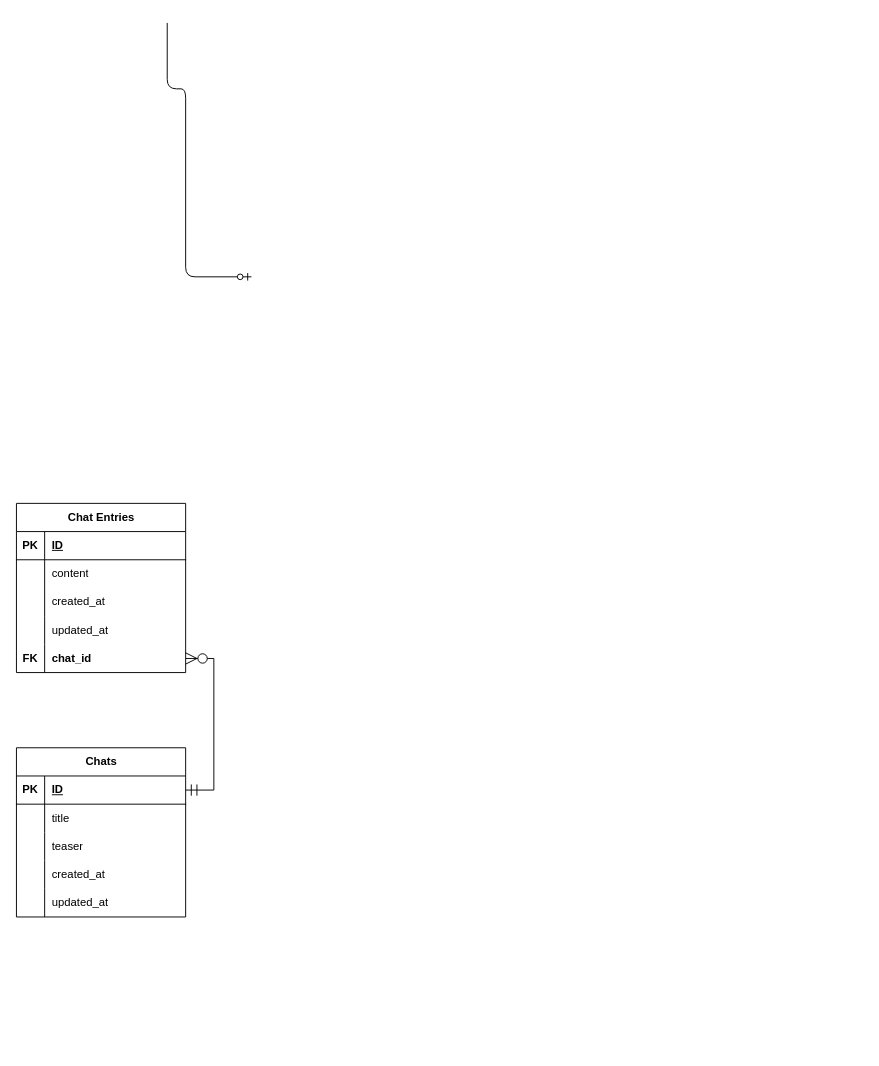
Above: docs/database.drawio in sergeyklay/promptly (draw.io), before the change. Source tidied: cells renumbered, new cells numbered last; positions are measured from the earlier drawing's top-left corner, leaving out a move shared by most shapes. Both pictures are drawn from the tidied source at 94%, with x=0, y=0 at pixel (16, 23).
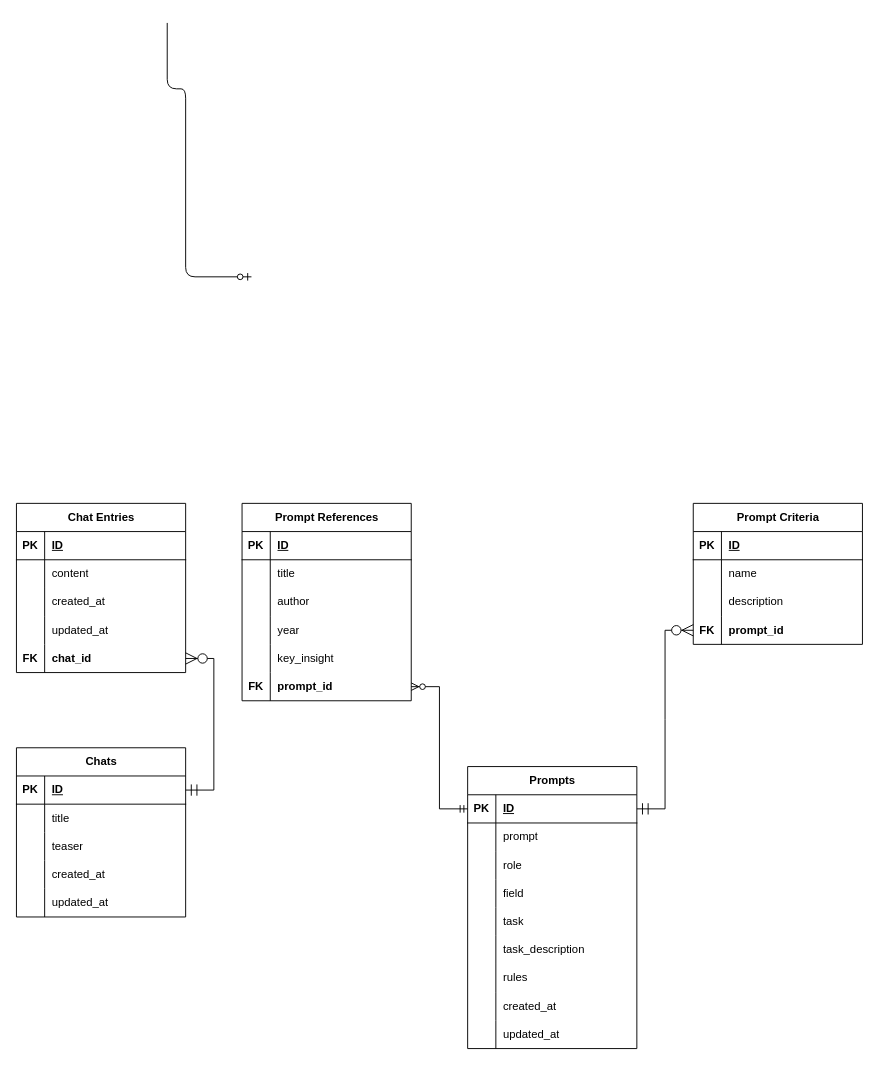
The same diagram, later.

Commit message (it also covers changes not shown here):
feat: provide base prompt models

The edit, as a diff of the source:
```diff
@@
+    <mxCell id="36" value="Prompts" style="shape=table;startSize=30;childLayout=tableLayout;rowLines=0;fontStyle=1;align=center;html=1;fillColor=none;" parent="1" vertex="1">
+      <mxGeometry x="480" y="791" width="180" height="300" as="geometry" />
+    </mxCell>
+    <mxCell id="37" style="shape=tableRow;horizontal=0;startSize=0;swimlaneHead=0;swimlaneBody=0;fillColor=none;points=[[0,0.5],[1,0.5]];portConstraint=eastwest;top=0;left=0;right=0;bottom=1;" parent="36" vertex="1">
+      <mxGeometry y="30" width="180" height="30" as="geometry" />
+    </mxCell>
+    <mxCell id="38" value="PK" style="shape=partialRectangle;fillColor=none;top=0;left=0;bottom=0;right=0;fontStyle=1;overflow=hidden;whiteSpace=wrap;html=1;" parent="37" vertex="1">
+      <mxGeometry width="30" height="30" as="geometry" />
+    </mxCell>
+    <mxCell id="39" value="ID" style="shape=partialRectangle;fillColor=none;top=0;left=0;bottom=0;right=0;align=left;spacingLeft=6;fontStyle=5;overflow=hidden;whiteSpace=wrap;html=1;" parent="37" vertex="1">
+      <mxGeometry x="30" width="150" height="30" as="geometry" />
+    </mxCell>
+    <mxCell id="40" style="shape=tableRow;horizontal=0;startSize=0;swimlaneHead=0;swimlaneBody=0;fillColor=none;top=0;left=0;right=0;bottom=0;" parent="36" vertex="1">
+      <mxGeometry y="60" width="180" height="30" as="geometry" />
+    </mxCell>
+    <mxCell id="41" style="shape=partialRectangle;fillColor=none;top=0;left=0;bottom=0;right=0;overflow=hidden;whiteSpace=wrap;html=1;" parent="40" vertex="1">
+      <mxGeometry width="30" height="30" as="geometry" />
+    </mxCell>
+    <mxCell id="42" value="prompt" style="shape=partialRectangle;fillColor=none;top=0;left=0;bottom=0;right=0;align=left;spacingLeft=6;overflow=hidden;whiteSpace=wrap;html=1;" parent="40" vertex="1">
+      <mxGeometry x="30" width="150" height="30" as="geometry" />
+    </mxCell>
+    <mxCell id="43" style="shape=tableRow;horizontal=0;startSize=0;swimlaneHead=0;swimlaneBody=0;fillColor=none;top=0;left=0;right=0;bottom=0;" parent="36" vertex="1">
+      <mxGeometry y="90" width="180" height="30" as="geometry" />
+    </mxCell>
+    <mxCell id="44" style="shape=partialRectangle;fillColor=none;top=0;left=0;bottom=0;right=0;overflow=hidden;whiteSpace=wrap;html=1;" parent="43" vertex="1">
+      <mxGeometry width="30" height="30" as="geometry" />
+    </mxCell>
+    <mxCell id="45" value="role" style="shape=partialRectangle;fillColor=none;top=0;left=0;bottom=0;right=0;align=left;spacingLeft=6;overflow=hidden;whiteSpace=wrap;html=1;" parent="43" vertex="1">
+      <mxGeometry x="30" width="150" height="30" as="geometry" />
+    </mxCell>
+    <mxCell id="46" style="shape=tableRow;horizontal=0;startSize=0;swimlaneHead=0;swimlaneBody=0;fillColor=none;top=0;left=0;right=0;bottom=0;" parent="36" vertex="1">
+      <mxGeometry y="120" width="180" height="30" as="geometry" />
+    </mxCell>
+    <mxCell id="47" style="shape=partialRectangle;fillColor=none;top=0;left=0;bottom=0;right=0;overflow=hidden;whiteSpace=wrap;html=1;" parent="46" vertex="1">
+      <mxGeometry width="30" height="30" as="geometry" />
+    </mxCell>
+    <mxCell id="48" value="field" style="shape=partialRectangle;fillColor=none;top=0;left=0;bottom=0;right=0;align=left;spacingLeft=6;overflow=hidden;whiteSpace=wrap;html=1;" parent="46" vertex="1">
+      <mxGeometry x="30" width="150" height="30" as="geometry" />
+    </mxCell>
+    <mxCell id="49" style="shape=tableRow;horizontal=0;startSize=0;swimlaneHead=0;swimlaneBody=0;fillColor=none;top=0;left=0;right=0;bottom=0;" parent="36" vertex="1">
+      <mxGeometry y="150" width="180" height="30" as="geometry" />
+    </mxCell>
+    <mxCell id="50" style="shape=partialRectangle;fillColor=none;top=0;left=0;bottom=0;right=0;overflow=hidden;whiteSpace=wrap;html=1;" parent="49" vertex="1">
+      <mxGeometry width="30" height="30" as="geometry" />
+    </mxCell>
+    <mxCell id="51" value="task" style="shape=partialRectangle;fillColor=none;top=0;left=0;bottom=0;right=0;align=left;spacingLeft=6;overflow=hidden;whiteSpace=wrap;html=1;" parent="49" vertex="1">
+      <mxGeometry x="30" width="150" height="30" as="geometry" />
+    </mxCell>
+    <mxCell id="52" style="shape=tableRow;horizontal=0;startSize=0;swimlaneHead=0;swimlaneBody=0;fillColor=none;top=0;left=0;right=0;bottom=0;" parent="36" vertex="1">
+      <mxGeometry y="180" width="180" height="30" as="geometry" />
+    </mxCell>
+    <mxCell id="53" style="shape=partialRectangle;fillColor=none;top=0;left=0;bottom=0;right=0;overflow=hidden;whiteSpace=wrap;html=1;" parent="52" vertex="1">
+      <mxGeometry width="30" height="30" as="geometry" />
+    </mxCell>
+    <mxCell id="54" value="task_description" style="shape=partialRectangle;fillColor=none;top=0;left=0;bottom=0;right=0;align=left;spacingLeft=6;overflow=hidden;whiteSpace=wrap;html=1;" parent="52" vertex="1">
+      <mxGeometry x="30" width="150" height="30" as="geometry" />
+    </mxCell>
+    <mxCell id="55" style="shape=tableRow;horizontal=0;startSize=0;swimlaneHead=0;swimlaneBody=0;fillColor=none;top=0;left=0;right=0;bottom=0;" parent="36" vertex="1">
+      <mxGeometry y="210" width="180" height="30" as="geometry" />
+    </mxCell>
+    <mxCell id="56" style="shape=partialRectangle;fillColor=none;top=0;left=0;bottom=0;right=0;overflow=hidden;whiteSpace=wrap;html=1;" parent="55" vertex="1">
+      <mxGeometry width="30" height="30" as="geometry" />
+    </mxCell>
+    <mxCell id="57" value="rules" style="shape=partialRectangle;fillColor=none;top=0;left=0;bottom=0;right=0;align=left;spacingLeft=6;overflow=hidden;whiteSpace=wrap;html=1;" parent="55" vertex="1">
+      <mxGeometry x="30" width="150" height="30" as="geometry" />
+    </mxCell>
+    <mxCell id="58" style="shape=tableRow;horizontal=0;startSize=0;swimlaneHead=0;swimlaneBody=0;fillColor=none;top=0;left=0;right=0;bottom=0;" parent="36" vertex="1">
+      <mxGeometry y="240" width="180" height="30" as="geometry" />
+    </mxCell>
+    <mxCell id="59" style="shape=partialRectangle;fillColor=none;top=0;left=0;bottom=0;right=0;overflow=hidden;whiteSpace=wrap;html=1;" parent="58" vertex="1">
+      <mxGeometry width="30" height="30" as="geometry" />
+    </mxCell>
+    <mxCell id="60" value="created_at" style="shape=partialRectangle;fillColor=none;top=0;left=0;bottom=0;right=0;align=left;spacingLeft=6;overflow=hidden;whiteSpace=wrap;html=1;" parent="58" vertex="1">
+      <mxGeometry x="30" width="150" height="30" as="geometry" />
+    </mxCell>
+    <mxCell id="61" style="shape=tableRow;horizontal=0;startSize=0;swimlaneHead=0;swimlaneBody=0;fillColor=none;top=0;left=0;right=0;bottom=0;" parent="36" vertex="1">
+      <mxGeometry y="270" width="180" height="30" as="geometry" />
+    </mxCell>
+    <mxCell id="62" style="shape=partialRectangle;fillColor=none;top=0;left=0;bottom=0;right=0;overflow=hidden;whiteSpace=wrap;html=1;" parent="61" vertex="1">
+      <mxGeometry width="30" height="30" as="geometry" />
+    </mxCell>
+    <mxCell id="63" value="updated_at" style="shape=partialRectangle;fillColor=none;top=0;left=0;bottom=0;right=0;align=left;spacingLeft=6;overflow=hidden;whiteSpace=wrap;html=1;" parent="61" vertex="1">
+      <mxGeometry x="30" width="150" height="30" as="geometry" />
+    </mxCell>
+    <mxCell id="64" value="Prompt Criteria" style="shape=table;startSize=30;childLayout=tableLayout;rowLines=0;fontStyle=1;align=center;html=1;" parent="1" vertex="1">
+      <mxGeometry x="720" y="511" width="180" height="150" as="geometry" />
+    </mxCell>
+    <mxCell id="65" style="shape=tableRow;horizontal=0;startSize=0;swimlaneHead=0;swimlaneBody=0;fillColor=none;top=0;left=0;right=0;bottom=1;" parent="64" vertex="1">
+      <mxGeometry y="30" width="180" height="30" as="geometry" />
+    </mxCell>
+    <mxCell id="66" value="PK" style="shape=partialRectangle;fillColor=none;top=0;left=0;bottom=0;right=0;fontStyle=1;overflow=hidden;whiteSpace=wrap;html=1;" parent="65" vertex="1">
+      <mxGeometry width="30" height="30" as="geometry" />
+    </mxCell>
+    <mxCell id="67" value="ID" style="shape=partialRectangle;fillColor=none;top=0;left=0;bottom=0;right=0;align=left;spacingLeft=6;fontStyle=5;overflow=hidden;whiteSpace=wrap;html=1;" parent="65" vertex="1">
+      <mxGeometry x="30" width="150" height="30" as="geometry" />
+    </mxCell>
+    <mxCell id="68" style="shape=tableRow;horizontal=0;startSize=0;swimlaneHead=0;swimlaneBody=0;fillColor=none;top=0;left=0;right=0;bottom=0;" parent="64" vertex="1">
+      <mxGeometry y="60" width="180" height="30" as="geometry" />
+    </mxCell>
+    <mxCell id="69" style="shape=partialRectangle;fillColor=none;top=0;left=0;bottom=0;right=0;overflow=hidden;whiteSpace=wrap;html=1;" parent="68" vertex="1">
+      <mxGeometry width="30" height="30" as="geometry" />
+    </mxCell>
+    <mxCell id="70" value="name" style="shape=partialRectangle;fillColor=none;top=0;left=0;bottom=0;right=0;align=left;spacingLeft=6;overflow=hidden;whiteSpace=wrap;html=1;" parent="68" vertex="1">
+      <mxGeometry x="30" width="150" height="30" as="geometry" />
+    </mxCell>
+    <mxCell id="71" style="shape=tableRow;horizontal=0;startSize=0;swimlaneHead=0;swimlaneBody=0;fillColor=none;top=0;left=0;right=0;bottom=0;" parent="64" vertex="1">
+      <mxGeometry y="90" width="180" height="30" as="geometry" />
+    </mxCell>
+    <mxCell id="72" style="shape=partialRectangle;fillColor=none;top=0;left=0;bottom=0;right=0;overflow=hidden;whiteSpace=wrap;html=1;" parent="71" vertex="1">
+      <mxGeometry width="30" height="30" as="geometry" />
+    </mxCell>
+    <mxCell id="73" value="description" style="shape=partialRectangle;fillColor=none;top=0;left=0;bottom=0;right=0;align=left;spacingLeft=6;overflow=hidden;whiteSpace=wrap;html=1;" parent="71" vertex="1">
+      <mxGeometry x="30" width="150" height="30" as="geometry" />
+    </mxCell>
+    <mxCell id="74" style="shape=tableRow;horizontal=0;startSize=0;swimlaneHead=0;swimlaneBody=0;fillColor=none;points=[[0,0.5],[1,0.5]];portConstraint=eastwest;top=0;left=0;right=0;bottom=0;" parent="64" vertex="1">
+      <mxGeometry y="120" width="180" height="30" as="geometry" />
+    </mxCell>
+    <mxCell id="75" value="FK" style="shape=partialRectangle;fillColor=none;top=0;left=0;bottom=0;right=0;overflow=hidden;whiteSpace=wrap;html=1;fontStyle=1;" parent="74" vertex="1">
+      <mxGeometry width="30" height="30" as="geometry" />
+    </mxCell>
+    <mxCell id="76" value="prompt_id" style="shape=partialRectangle;fillColor=none;top=0;left=0;bottom=0;right=0;align=left;spacingLeft=6;overflow=hidden;whiteSpace=wrap;html=1;fontStyle=1;" parent="74" vertex="1">
+      <mxGeometry x="30" width="150" height="30" as="geometry" />
+    </mxCell>
+    <mxCell id="77" style="edgeStyle=entityRelationEdgeStyle;fontSize=12;html=1;endArrow=ERzeroToMany;startArrow=ERmandOne;rounded=0;exitX=1;exitY=0.5;exitDx=0;exitDy=0;endSize=10;startSize=10;" parent="1" edge="1" source="37" target="74">
+      <mxGeometry relative="1" as="geometry">
+        <Array as="points">
+          <mxPoint x="530" y="761" />
+          <mxPoint x="520" y="761" />
+        </Array>
+      </mxGeometry>
+    </mxCell>
+    <mxCell id="78" value="Prompt References" style="shape=table;startSize=30;childLayout=tableLayout;rowLines=0;fontStyle=1;align=center;html=1;" parent="1" vertex="1">
+      <mxGeometry x="240" y="511" width="180" height="210" as="geometry" />
+    </mxCell>
+    <mxCell id="79" style="shape=tableRow;horizontal=0;startSize=0;swimlaneHead=0;swimlaneBody=0;fillColor=none;top=0;left=0;right=0;bottom=1;" parent="78" vertex="1">
+      <mxGeometry y="30" width="180" height="30" as="geometry" />
+    </mxCell>
+    <mxCell id="80" value="PK" style="shape=partialRectangle;fillColor=none;top=0;left=0;bottom=0;right=0;fontStyle=1;overflow=hidden;whiteSpace=wrap;html=1;" parent="79" vertex="1">
+      <mxGeometry width="30" height="30" as="geometry" />
+    </mxCell>
+    <mxCell id="81" value="ID" style="shape=partialRectangle;fillColor=none;top=0;left=0;bottom=0;right=0;align=left;spacingLeft=6;fontStyle=5;overflow=hidden;whiteSpace=wrap;html=1;" parent="79" vertex="1">
+      <mxGeometry x="30" width="150" height="30" as="geometry" />
+    </mxCell>
+    <mxCell id="82" style="shape=tableRow;horizontal=0;startSize=0;swimlaneHead=0;swimlaneBody=0;fillColor=none;top=0;left=0;right=0;bottom=0;" parent="78" vertex="1">
+      <mxGeometry y="60" width="180" height="30" as="geometry" />
+    </mxCell>
+    <mxCell id="83" style="shape=partialRectangle;fillColor=none;top=0;left=0;bottom=0;right=0;overflow=hidden;whiteSpace=wrap;html=1;" parent="82" vertex="1">
+      <mxGeometry width="30" height="30" as="geometry" />
+    </mxCell>
+    <mxCell id="84" value="title" style="shape=partialRectangle;fillColor=none;top=0;left=0;bottom=0;right=0;align=left;spacingLeft=6;overflow=hidden;whiteSpace=wrap;html=1;" parent="82" vertex="1">
+      <mxGeometry x="30" width="150" height="30" as="geometry" />
+    </mxCell>
+    <mxCell id="85" style="shape=tableRow;horizontal=0;startSize=0;swimlaneHead=0;swimlaneBody=0;fillColor=none;top=0;left=0;right=0;bottom=0;" parent="78" vertex="1">
+      <mxGeometry y="90" width="180" height="30" as="geometry" />
+    </mxCell>
+    <mxCell id="86" style="shape=partialRectangle;fillColor=none;top=0;left=0;bottom=0;right=0;overflow=hidden;whiteSpace=wrap;html=1;" parent="85" vertex="1">
+      <mxGeometry width="30" height="30" as="geometry" />
+    </mxCell>
+    <mxCell id="87" value="author" style="shape=partialRectangle;fillColor=none;top=0;left=0;bottom=0;right=0;align=left;spacingLeft=6;overflow=hidden;whiteSpace=wrap;html=1;" parent="85" vertex="1">
+      <mxGeometry x="30" width="150" height="30" as="geometry" />
+    </mxCell>
+    <mxCell id="88" style="shape=tableRow;horizontal=0;startSize=0;swimlaneHead=0;swimlaneBody=0;fillColor=none;top=0;left=0;right=0;bottom=0;" parent="78" vertex="1">
+      <mxGeometry y="120" width="180" height="30" as="geometry" />
+    </mxCell>
+    <mxCell id="89" style="shape=partialRectangle;fillColor=none;top=0;left=0;bottom=0;right=0;overflow=hidden;whiteSpace=wrap;html=1;fontStyle=0;" parent="88" vertex="1">
+      <mxGeometry width="30" height="30" as="geometry" />
+    </mxCell>
+    <mxCell id="90" value="year" style="shape=partialRectangle;fillColor=none;top=0;left=0;bottom=0;right=0;align=left;spacingLeft=6;overflow=hidden;whiteSpace=wrap;html=1;fontStyle=0;" parent="88" vertex="1">
+      <mxGeometry x="30" width="150" height="30" as="geometry" />
+    </mxCell>
+    <mxCell id="91" style="shape=tableRow;horizontal=0;startSize=0;swimlaneHead=0;swimlaneBody=0;fillColor=none;top=0;left=0;right=0;bottom=0;" parent="78" vertex="1">
+      <mxGeometry y="150" width="180" height="30" as="geometry" />
+    </mxCell>
+    <mxCell id="92" style="shape=partialRectangle;fillColor=none;top=0;left=0;bottom=0;right=0;overflow=hidden;whiteSpace=wrap;html=1;fontStyle=0;" parent="91" vertex="1">
+      <mxGeometry width="30" height="30" as="geometry" />
+    </mxCell>
+    <mxCell id="93" value="key_insight" style="shape=partialRectangle;fillColor=none;top=0;left=0;bottom=0;right=0;align=left;spacingLeft=6;overflow=hidden;whiteSpace=wrap;html=1;fontStyle=0;" parent="91" vertex="1">
+      <mxGeometry x="30" width="150" height="30" as="geometry" />
+    </mxCell>
+    <mxCell id="94" style="shape=tableRow;horizontal=0;startSize=0;swimlaneHead=0;swimlaneBody=0;fillColor=none;points=[[0,0.5],[1,0.5]];portConstraint=eastwest;top=0;left=0;right=0;bottom=0;" parent="78" vertex="1">
+      <mxGeometry y="180" width="180" height="30" as="geometry" />
+    </mxCell>
+    <mxCell id="95" value="FK" style="shape=partialRectangle;fillColor=none;top=0;left=0;bottom=0;right=0;overflow=hidden;whiteSpace=wrap;html=1;fontStyle=1;" parent="94" vertex="1">
+      <mxGeometry width="30" height="30" as="geometry" />
+    </mxCell>
+    <mxCell id="96" value="prompt_id" style="shape=partialRectangle;fillColor=none;top=0;left=0;bottom=0;right=0;align=left;spacingLeft=6;overflow=hidden;whiteSpace=wrap;html=1;fontStyle=1;" parent="94" vertex="1">
+      <mxGeometry x="30" width="150" height="30" as="geometry" />
+    </mxCell>
+    <mxCell id="97" style="edgeStyle=entityRelationEdgeStyle;fontSize=12;html=1;endArrow=ERzeroToMany;startArrow=ERmandOne;rounded=0;entryX=1;entryY=0.5;entryDx=0;entryDy=0;exitX=0;exitY=0.5;exitDx=0;exitDy=0;" parent="1" edge="1" source="37" target="94">
+      <mxGeometry relative="1" as="geometry" />
+    </mxCell>
```
